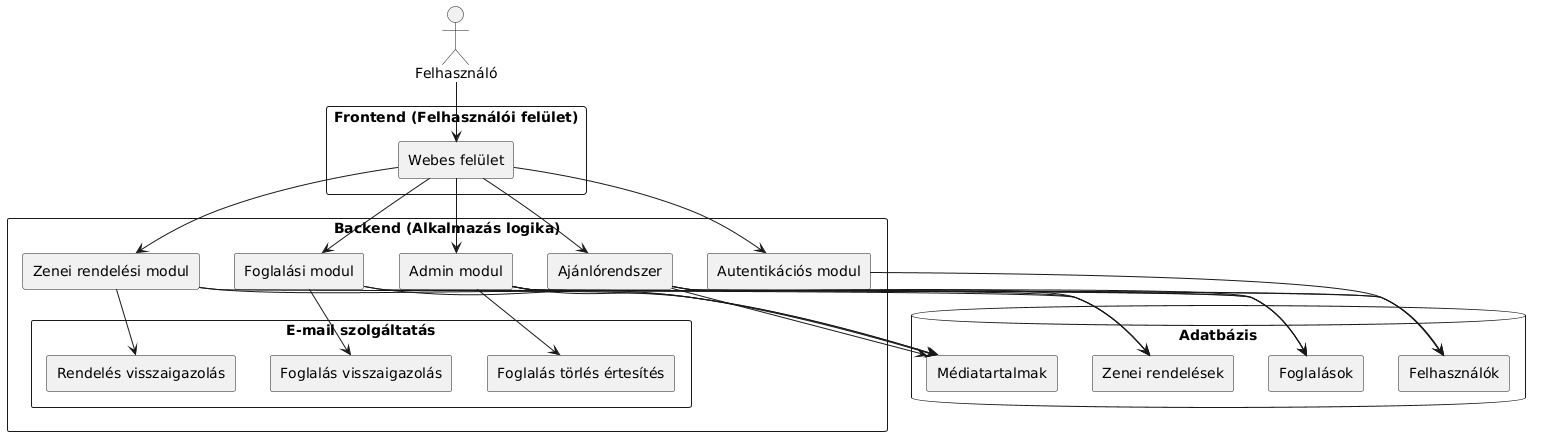
Abaku009/Szakdolgozat keeps this PlantUML diagram as Weboldal/Diagramok/Komponensdiagramok/komponensdiagram.png. Above is the earlier version. Its diagram source:
```plantuml
@startuml
skinparam componentStyle rectangle
skinparam shadowing false
skinparam packageStyle rectangle

actor Felhasználó

package "Frontend (Felhasználói felület)" {
    [Webes felület]
}

package "Backend (Alkalmazás logika)" {

    [Autentikációs modul]
    [Zenei rendelési modul]
    [Foglalási modul]
    [Ajánlórendszer]
    [Admin modul]

    package "E-mail szolgáltatás" {
        [Rendelés visszaigazolás]
        [Foglalás visszaigazolás]
        [Foglalás törlés értesítés]
    }
}

database "Adatbázis" {
    [Felhasználók]
    [Zenei rendelések]
    [Foglalások]
    [Médiatartalmak]
}

Felhasználó --> [Webes felület]

[Webes felület] --> [Autentikációs modul]
[Webes felület] --> [Zenei rendelési modul]
[Webes felület] --> [Foglalási modul]
[Webes felület] --> [Ajánlórendszer]
[Webes felület] --> [Admin modul]

[Autentikációs modul] --> [Felhasználók]

[Zenei rendelési modul] --> [Zenei rendelések]
[Zenei rendelési modul] --> [Médiatartalmak]

[Foglalási modul] --> [Foglalások]
[Foglalási modul] --> [Médiatartalmak]

[Ajánlórendszer] --> [Felhasználók]
[Ajánlórendszer] --> [Médiatartalmak]
[Ajánlórendszer] --> [Zenei rendelések]
[Ajánlórendszer] --> [Foglalások]

[Admin modul] --> [Felhasználók]
[Admin modul] --> [Médiatartalmak]
[Admin modul] --> [Zenei rendelések]
[Admin modul] --> [Foglalások]

[Zenei rendelési modul] --> [Rendelés visszaigazolás]
[Foglalási modul] --> [Foglalás visszaigazolás]
[Admin modul] --> [Foglalás törlés értesítés]
@enduml
```
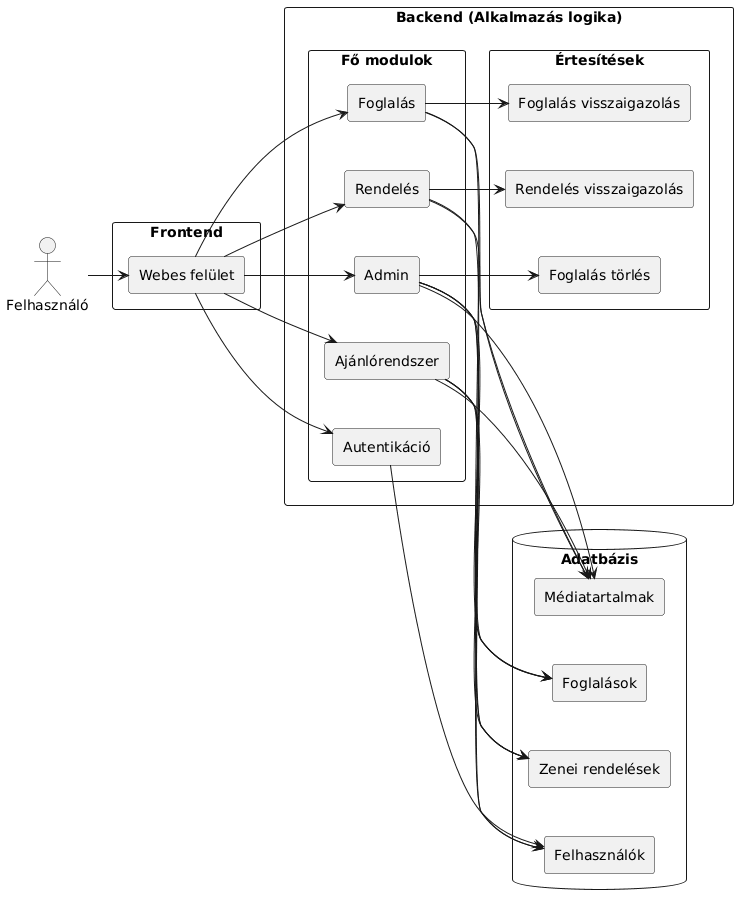
The same diagram one commit later.

Commit message:
frissített komponensdiagram

What changed in the source:
```diff
@@ -1,26 +1,32 @@
 @startuml
+left to right direction
+
 skinparam componentStyle rectangle
 skinparam shadowing false
 skinparam packageStyle rectangle
+skinparam nodesep 50
+skinparam ranksep 40
 
 actor Felhasználó
 
-package "Frontend (Felhasználói felület)" {
+package "Frontend" {
     [Webes felület]
 }
 
 package "Backend (Alkalmazás logika)" {
 
-    [Autentikációs modul]
-    [Zenei rendelési modul]
-    [Foglalási modul]
-    [Ajánlórendszer]
-    [Admin modul]
+    package "Fő modulok" {
+        [Autentikáció]
+        [Rendelés]
+        [Foglalás]
+        [Ajánlórendszer]
+        [Admin]
+    }
 
-    package "E-mail szolgáltatás" {
+    package "Értesítések" {
         [Rendelés visszaigazolás]
         [Foglalás visszaigazolás]
-        [Foglalás törlés értesítés]
+        [Foglalás törlés]
     }
 }
 
@@ -33,31 +39,31 @@
 
 Felhasználó --> [Webes felület]
 
-[Webes felület] --> [Autentikációs modul]
-[Webes felület] --> [Zenei rendelési modul]
-[Webes felület] --> [Foglalási modul]
+[Webes felület] --> [Autentikáció]
+[Webes felület] --> [Rendelés]
+[Webes felület] --> [Foglalás]
 [Webes felület] --> [Ajánlórendszer]
-[Webes felület] --> [Admin modul]
+[Webes felület] --> [Admin]
 
-[Autentikációs modul] --> [Felhasználók]
+[Autentikáció] --> [Felhasználók]
 
-[Zenei rendelési modul] --> [Zenei rendelések]
-[Zenei rendelési modul] --> [Médiatartalmak]
+[Rendelés] --> [Zenei rendelések]
+[Rendelés] --> [Médiatartalmak]
 
-[Foglalási modul] --> [Foglalások]
-[Foglalási modul] --> [Médiatartalmak]
+[Foglalás] --> [Foglalások]
+[Foglalás] --> [Médiatartalmak]
 
 [Ajánlórendszer] --> [Felhasználók]
-[Ajánlórendszer] --> [Médiatartalmak]
 [Ajánlórendszer] --> [Zenei rendelések]
 [Ajánlórendszer] --> [Foglalások]
+[Ajánlórendszer] --> [Médiatartalmak]
 
-[Admin modul] --> [Felhasználók]
-[Admin modul] --> [Médiatartalmak]
-[Admin modul] --> [Zenei rendelések]
-[Admin modul] --> [Foglalások]
+[Admin] --> [Felhasználók]
+[Admin] --> [Zenei rendelések]
+[Admin] --> [Foglalások]
+[Admin] --> [Médiatartalmak]
 
-[Zenei rendelési modul] --> [Rendelés visszaigazolás]
-[Foglalási modul] --> [Foglalás visszaigazolás]
-[Admin modul] --> [Foglalás törlés értesítés]
+[Rendelés] --> [Rendelés visszaigazolás]
+[Foglalás] --> [Foglalás visszaigazolás]
+[Admin] --> [Foglalás törlés]
 @enduml
```
